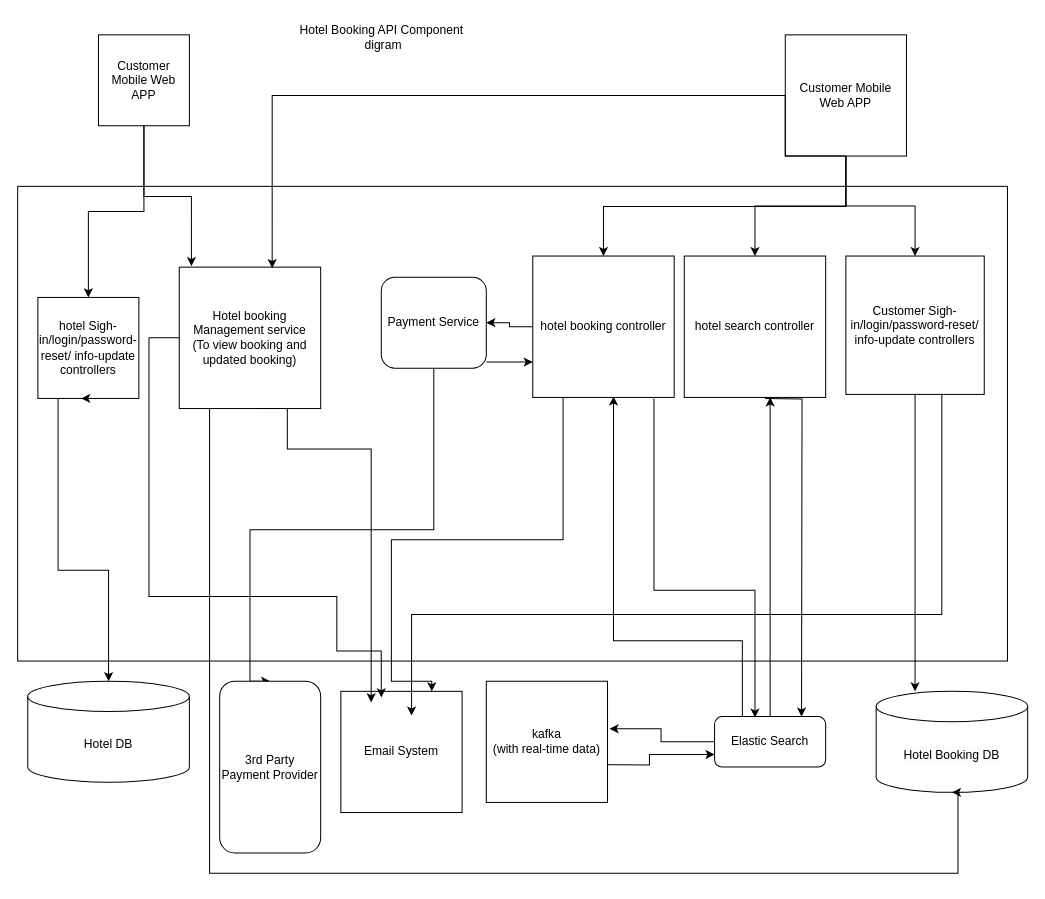
yassh88/ts keeps this draw.io diagram as Untitled Diagram.drawio. Above is the earlier version. Source tidied: cells renumbered, new cells numbered last; positions are measured from the earlier drawing's top-left corner, leaving out a move shared by most shapes. Both pictures are drawn from the tidied source at 101%, with x=0, y=0 at pixel (17, 17).
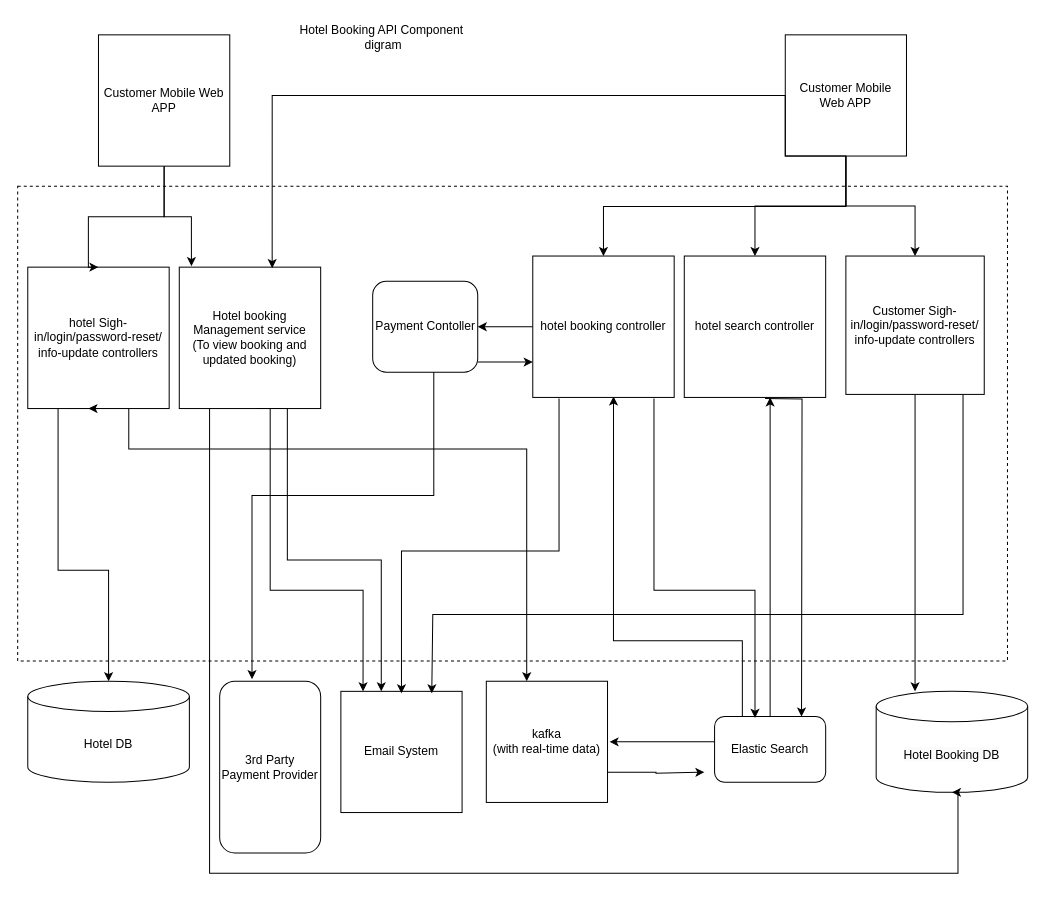
After the change.

Unchanged cells that the change refers to:
```xml
<mxCell id="5" value="Email System" style="whiteSpace=wrap;html=1;" parent="1" vertex="1">
  <mxGeometry x="320" y="667" width="120" height="120" as="geometry" />
</mxCell>
<mxCell id="9" value="kafka&lt;br&gt;(with real-time data)" style="whiteSpace=wrap;html=1;" parent="1" vertex="1">
  <mxGeometry x="464" y="657" width="120" height="120" as="geometry" />
</mxCell>
<mxCell id="14" value="Customer Sigh-in/login/password-reset/ info-update controllers" style="whiteSpace=wrap;html=1;" parent="1" vertex="1">
  <mxGeometry x="820" y="236" width="137" height="137" as="geometry" />
</mxCell>
<mxCell id="29" value="hotel booking controller" style="whiteSpace=wrap;html=1;" parent="1" vertex="1">
  <mxGeometry x="510" y="236" width="140" height="140" as="geometry" />
</mxCell>
<mxCell id="34" value="3rd Party Payment Provider" style="rounded=1;whiteSpace=wrap;html=1;" parent="1" vertex="1">
  <mxGeometry x="200" y="657" width="100" height="170" as="geometry" />
</mxCell>
<mxCell id="36" value="Hotel booking Management service&lt;br&gt;(To view booking and updated booking)" style="whiteSpace=wrap;html=1;" parent="1" vertex="1">
  <mxGeometry x="160" y="247" width="140" height="140" as="geometry" />
</mxCell>
```

The edit, as a diff of the source:
```diff
@@
-    <mxCell id="2" style="rounded=0;whiteSpace=wrap;html=1;" parent="1" vertex="1">
+    <mxCell id="2" style="rounded=0;whiteSpace=wrap;html=1;dashed=1;" parent="1" vertex="1">
       <mxGeometry y="167" width="980" height="470" as="geometry" />
     </mxCell>
@@
-    <mxCell id="6" style="edgeStyle=orthogonalEdgeStyle;rounded=0;jettySize=auto;html=1;entryX=0.25;entryY=0;entryDx=0;entryDy=0;" parent="1" edge="1" source="36">
+    <mxCell id="6" style="edgeStyle=orthogonalEdgeStyle;rounded=0;jettySize=auto;html=1;entryX=0.183;entryY=0;entryDx=0;entryDy=0;entryPerimeter=0;" parent="1" edge="1" source="36" target="5">
       <mxGeometry relative="1" as="geometry">
-        <mxPoint x="360" y="673" as="targetPoint" />
         <Array as="points">
-          <mxPoint x="130" y="317" />
-          <mxPoint x="130" y="573" />
-          <mxPoint x="316" y="573" />
-          <mxPoint x="316" y="627" />
-          <mxPoint x="360" y="627" />
+          <mxPoint x="250" y="567" />
+          <mxPoint x="342" y="567" />
         </Array>
       </mxGeometry>
     </mxCell>
+    <mxCell id="41" style="edgeStyle=orthogonalEdgeStyle;rounded=0;orthogonalLoop=1;jettySize=auto;html=1;" parent="1" edge="1">
+      <mxGeometry relative="1" as="geometry">
+        <mxPoint x="50" y="387" as="sourcePoint" />
+        <mxPoint x="504" y="657" as="targetPoint" />
+        <Array as="points">
+          <mxPoint x="110" y="387" />
+          <mxPoint x="110" y="427" />
+          <mxPoint x="504" y="427" />
+        </Array>
+      </mxGeometry>
+    </mxCell>
     <mxCell id="7" value="hotel Sigh-in/login/password-reset/ info-update controllers" style="whiteSpace=wrap;html=1;" parent="1" vertex="1">
-      <mxGeometry x="20" y="277" width="100" height="100" as="geometry" />
+      <mxGeometry x="10" y="247" width="140" height="140" as="geometry" />
     </mxCell>
-    <mxCell id="8" style="edgeStyle=orthogonalEdgeStyle;rounded=0;jettySize=auto;html=1;entryX=0;entryY=0.75;entryDx=0;entryDy=0;" parent="1" edge="1" target="11">
-      <mxGeometry relative="1" as="geometry">
-        <mxPoint x="560" y="739.5" as="sourcePoint" />
-      </mxGeometry>
-    </mxCell>
+    <mxCell id="42" style="edgeStyle=orthogonalEdgeStyle;rounded=0;jettySize=auto;html=1;" parent="1" edge="1" source="9">
+      <mxGeometry relative="1" as="geometry">
+        <mxPoint x="680" y="747" as="targetPoint" />
+        <Array as="points">
+          <mxPoint x="632" y="747" />
+          <mxPoint x="632" y="748" />
+        </Array>
+      </mxGeometry>
+    </mxCell>
@@
     <mxCell id="11" value="Elastic Search" style="rounded=1;whiteSpace=wrap;html=1;" parent="1" vertex="1">
-      <mxGeometry x="690" y="692" width="110" height="50" as="geometry" />
+      <mxGeometry x="690" y="692" width="110" height="65" as="geometry" />
     </mxCell>
@@
-    <mxCell id="13" style="edgeStyle=orthogonalEdgeStyle;rounded=0;jettySize=auto;html=1;" parent="1" edge="1" source="14">
+    <mxCell id="13" style="edgeStyle=orthogonalEdgeStyle;rounded=0;orthogonalLoop=1;jettySize=auto;html=1;entryX=0.575;entryY=0.017;entryDx=0;entryDy=0;entryPerimeter=0;" parent="1" edge="1">
       <mxGeometry relative="1" as="geometry">
-        <mxPoint x="390" y="691" as="targetPoint" />
+        <mxPoint x="936" y="373" as="sourcePoint" />
+        <mxPoint x="410" y="669" as="targetPoint" />
         <Array as="points">
-          <mxPoint x="915" y="591" />
-          <mxPoint x="390" y="591" />
+          <mxPoint x="936" y="591" />
+          <mxPoint x="411" y="591" />
         </Array>
       </mxGeometry>
     </mxCell>
@@
     <mxCell id="16" style="edgeStyle=orthogonalEdgeStyle;rounded=0;jettySize=auto;html=1;entryX=0.5;entryY=0;entryDx=0;entryDy=0;" parent="1" edge="1" source="17" target="7">
-      <mxGeometry relative="1" as="geometry" />
+      <mxGeometry relative="1" as="geometry">
+        <Array as="points">
+          <mxPoint x="145" y="197" />
+          <mxPoint x="70" y="197" />
+        </Array>
+      </mxGeometry>
     </mxCell>
     <mxCell id="17" value="Customer Mobile Web APP" style="whiteSpace=wrap;html=1;" parent="1" vertex="1">
-      <mxGeometry x="80" y="17" width="90" height="90" as="geometry" />
+      <mxGeometry x="80" y="17" width="130" height="130" as="geometry" />
     </mxCell>
@@
-    <mxCell id="24" style="edgeStyle=orthogonalEdgeStyle;rounded=0;jettySize=auto;html=1;entryX=1.017;entryY=0.392;entryDx=0;entryDy=0;entryPerimeter=0;" parent="1" edge="1" source="11" target="9">
-      <mxGeometry relative="1" as="geometry" />
+    <mxCell id="24" style="edgeStyle=orthogonalEdgeStyle;rounded=0;jettySize=auto;html=1;" parent="1" edge="1" source="11">
+      <mxGeometry relative="1" as="geometry">
+        <mxPoint x="586" y="717" as="targetPoint" />
+        <Array as="points">
+          <mxPoint x="586" y="717" />
+        </Array>
+      </mxGeometry>
     </mxCell>
@@
-    <mxCell id="27" style="edgeStyle=orthogonalEdgeStyle;rounded=0;jettySize=auto;html=1;entryX=0.75;entryY=0;entryDx=0;entryDy=0;exitX=0.25;exitY=1;exitDx=0;exitDy=0;" parent="1" edge="1" source="29" target="5">
-      <mxGeometry relative="1" as="geometry">
-        <Array as="points">
-          <mxPoint x="540" y="376" />
-          <mxPoint x="540" y="517" />
-          <mxPoint x="370" y="517" />
-          <mxPoint x="370" y="657" />
-          <mxPoint x="410" y="657" />
-        </Array>
-      </mxGeometry>
-    </mxCell>
@@
-    <mxCell id="32" style="edgeStyle=orthogonalEdgeStyle;rounded=0;jettySize=auto;html=1;entryX=0.5;entryY=0;entryDx=0;entryDy=0;" parent="1" edge="1" source="33" target="34">
+    <mxCell id="32" style="edgeStyle=orthogonalEdgeStyle;rounded=0;jettySize=auto;html=1;entryX=0.32;entryY=-0.012;entryDx=0;entryDy=0;entryPerimeter=0;" parent="1" edge="1" target="34">
       <mxGeometry relative="1" as="geometry">
+        <mxPoint x="412" y="317" as="sourcePoint" />
         <Array as="points">
-          <mxPoint x="412" y="507" />
-          <mxPoint x="230" y="507" />
+          <mxPoint x="412" y="473" />
+          <mxPoint x="232" y="473" />
         </Array>
       </mxGeometry>
     </mxCell>
-    <mxCell id="33" value="Payment Service" style="rounded=1;whiteSpace=wrap;html=1;" parent="1" vertex="1">
-      <mxGeometry x="360" y="257" width="104" height="90" as="geometry" />
+    <mxCell id="33" value="Payment Contoller" style="rounded=1;whiteSpace=wrap;html=1;" parent="1" vertex="1">
+      <mxGeometry x="351.5" y="261" width="104" height="90" as="geometry" />
     </mxCell>
@@
-    <mxCell id="39" style="edgeStyle=orthogonalEdgeStyle;rounded=0;jettySize=auto;html=1;entryX=0.333;entryY=0.008;entryDx=0;entryDy=0;entryPerimeter=0;exitX=0.55;exitY=1;exitDx=0;exitDy=0;exitPerimeter=0;" parent="1" edge="1" source="36">
+    <mxCell id="39" style="edgeStyle=orthogonalEdgeStyle;rounded=0;jettySize=auto;html=1;exitX=0.55;exitY=1;exitDx=0;exitDy=0;exitPerimeter=0;" parent="1" edge="1" source="36">
       <mxGeometry relative="1" as="geometry">
-        <mxPoint x="350" y="678" as="targetPoint" />
+        <mxPoint x="360" y="667" as="targetPoint" />
         <Array as="points">
-          <mxPoint x="267" y="427" />
-          <mxPoint x="350" y="427" />
+          <mxPoint x="267" y="387" />
+          <mxPoint x="267" y="537" />
+          <mxPoint x="360" y="537" />
         </Array>
       </mxGeometry>
     </mxCell>
@@
+    <mxCell id="43" style="edgeStyle=orthogonalEdgeStyle;rounded=0;orthogonalLoop=1;jettySize=auto;html=1;entryX=0.867;entryY=0.008;entryDx=0;entryDy=0;entryPerimeter=0;" parent="1" edge="1">
+      <mxGeometry relative="1" as="geometry">
+        <mxPoint x="536" y="377" as="sourcePoint" />
+        <mxPoint x="380" y="669" as="targetPoint" />
+        <Array as="points">
+          <mxPoint x="536" y="528" />
+          <mxPoint x="380" y="528" />
+        </Array>
+      </mxGeometry>
+    </mxCell>
```
